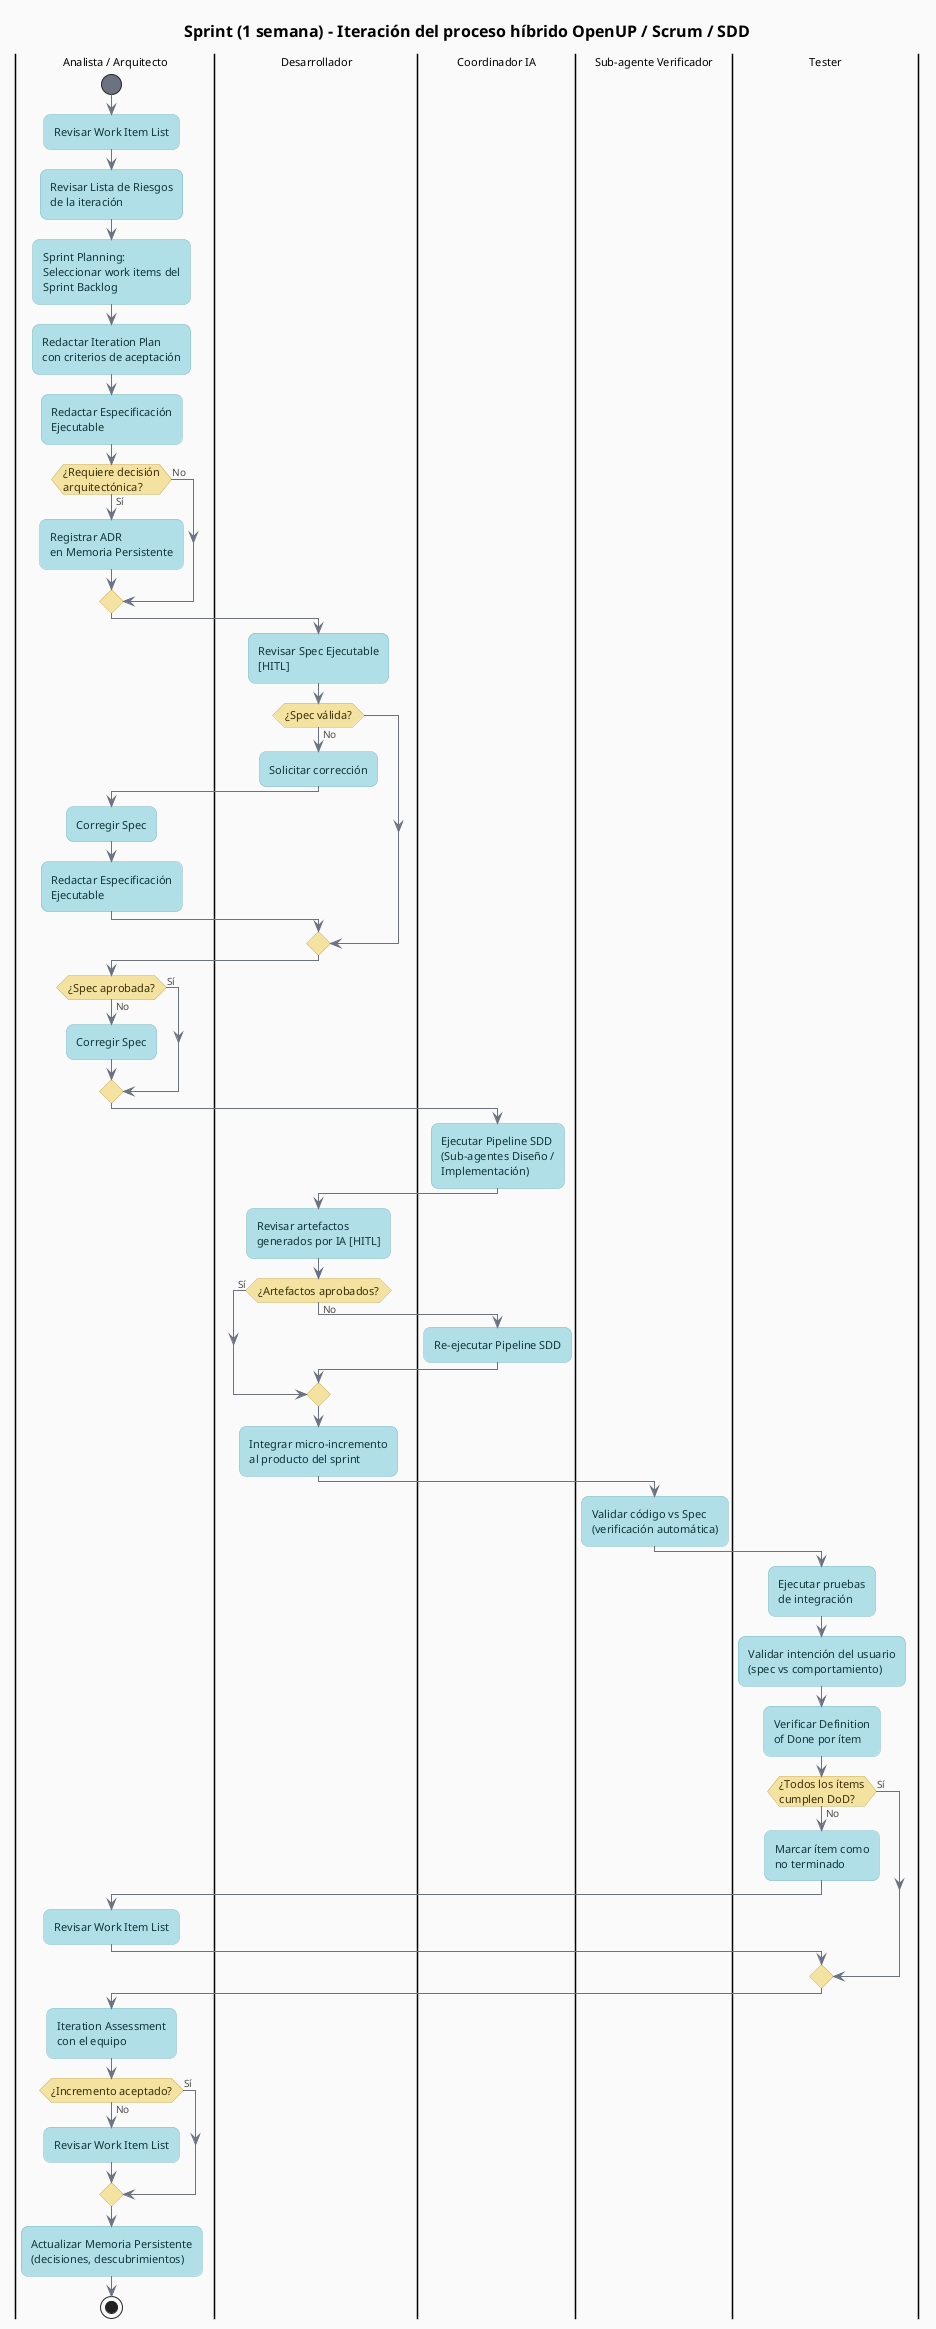
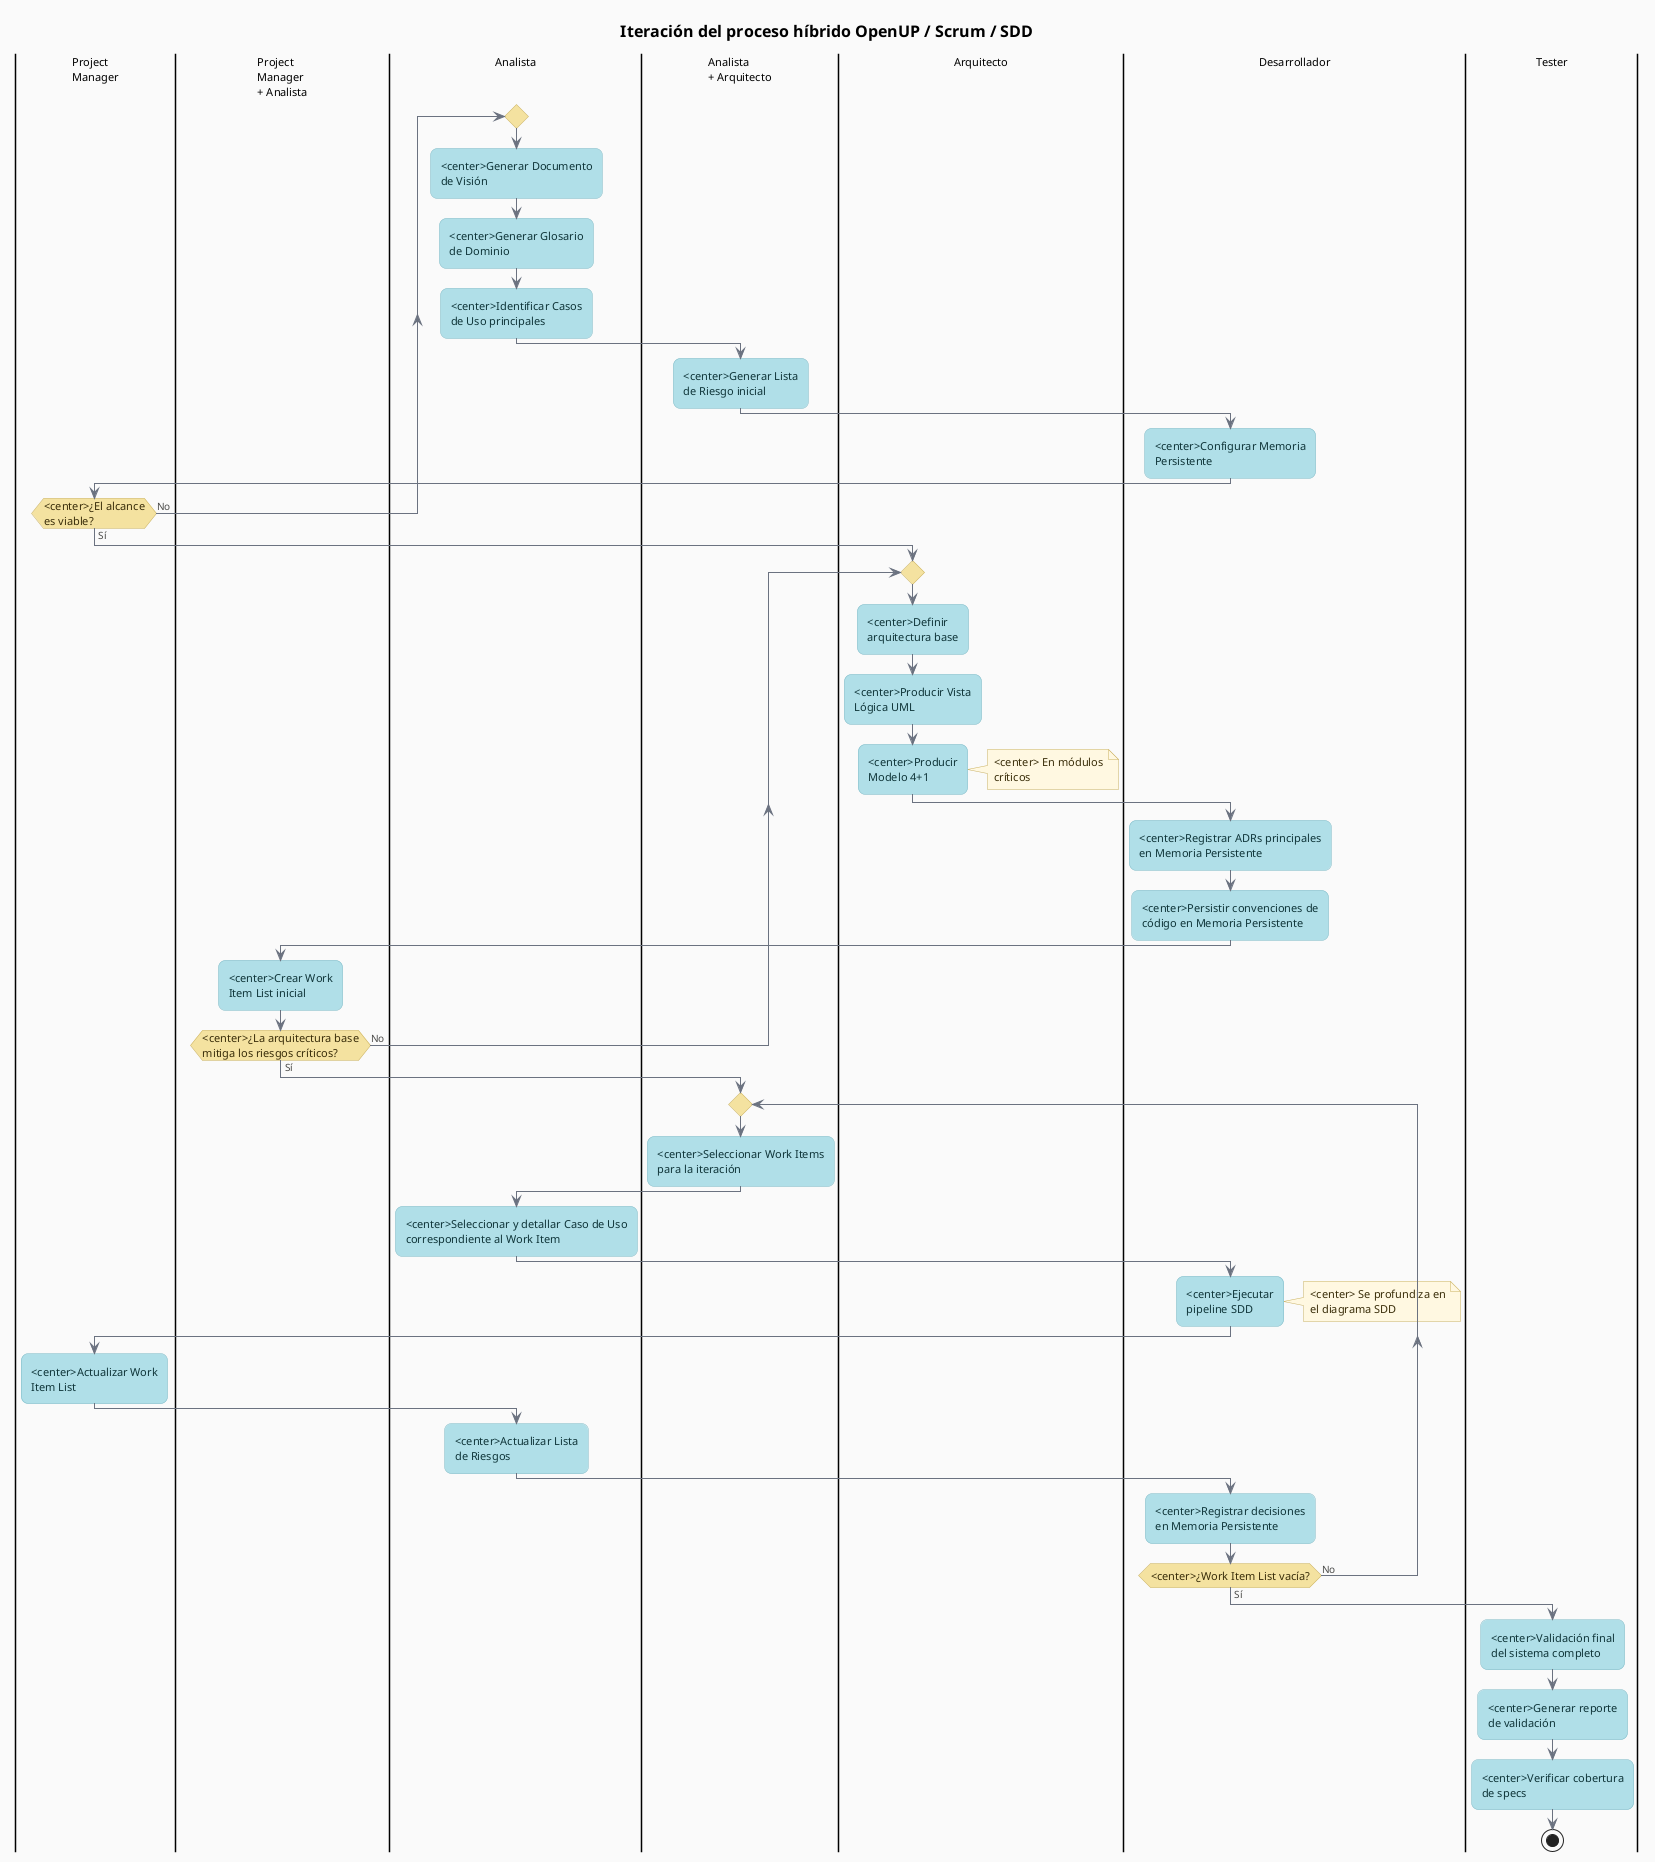
@startuml
- title Sprint (1 semana) - Iteración del proceso híbrido OpenUP / Scrum / SDD
+ title  Iteración del proceso híbrido OpenUP / Scrum / SDD

' === Modern soft theme ===
skinparam backgroundColor #FAFAFA
skinparam defaultFontName Helvetica
skinparam defaultFontSize 11
skinparam titleFontSize 16
skinparam titleFontStyle bold
skinparam shadowing false
skinparam roundCorner 14
skinparam linetype polyline

skinparam activity {
    BackgroundColor       #B0DFE8
    BorderColor           #7DB9C5
    FontColor             #0F3539
    FontName              Helvetica
    FontSize              11
    DiamondBackgroundColor #F4E2A0
    DiamondBorderColor    #C9B05E
    DiamondFontColor      #3A2E0A
    StartColor            #6B7280
    EndColor              #6B7280
    BarColor              #6B7280
}

skinparam partition {
    BackgroundColor #FFFFFF
    BorderColor     #C9C9BE
    FontColor       #4A4A48
    FontStyle       bold
    FontSize        12
}

skinparam arrow {
    Color     #6B7280
    FontColor #4A4A48
    FontSize  10
    Thickness 1
}

skinparam note {
    BackgroundColor #FFF8E1
    BorderColor     #C9B05E
    FontColor       #3A2E0A
}

- |Analista / Arquitecto|
- start
- :Revisar Work Item List;
- :Revisar Lista de Riesgos\nde la iteración;
- :Sprint Planning:\nSeleccionar work items del\nSprint Backlog;
- :Redactar Iteration Plan\ncon criterios de aceptación;
- :Redactar Especificación\nEjecutable;
- if (¿Requiere decisión\narquitectónica?) then (Sí)
-     :Registrar ADR\nen Memoria Persistente;
- else (No)
- endif
+ !define ProMan Project\nManager
+ !define ProManAna Project\nManager\n+ Analista
+ !define Ana Analista
+ !define AnaArq Analista\n+ Arquitecto
+ !define Arq Arquitecto
+ !define Dev Desarrollador
+ !define Tes Tester

- |Desarrollador|
- :Revisar Spec Ejecutable\n[HITL];
- if (¿Spec válida?) then (No)
-     :Solicitar corrección;
-     |Analista / Arquitecto|
-     :Corregir Spec;
-     :Redactar Especificación\nEjecutable;
-     |Desarrollador|
- endif
+ ' SWIMLANES
+ |ProMan|
+ |ProManAna|
+ |Ana|
+ |AnaArq|
+ |Arq|
+ |Dev|
+ |Tes|

- |Analista / Arquitecto|
- if (¿Spec aprobada?) then (No)
-     :Corregir Spec;
- else (Sí)
- endif
+ ' FASE CONCEPTION
+ |Ana|
+ repeat
+ :<center>Generar Documento\nde Visión;
+ :<center>Generar Glosario\nde Dominio;
+ :<center>Identificar Casos\nde Uso principales;
+ |AnaArq|
+ :<center>Generar Lista\nde Riesgo inicial;
+ |Dev|
+ :<center>Configurar Memoria\nPersistente;
+ |ProMan|
+ repeat while (<center>¿El alcance\nes viable?) is (No) not (Sí)

- |Coordinador IA|
- :Ejecutar Pipeline SDD\n(Sub-agentes Diseño /\nImplementación);
+ ' FASE ELABORATION
+ |Arq|
+ repeat
+ :<center>Definir\narquitectura base;
+ :<center>Producir Vista\nLógica UML;
+ :<center>Producir\nModelo 4+1;
+ note right:<center> En módulos\ncríticos
+ |Dev|
+ :<center>Registrar ADRs principales\nen Memoria Persistente;
+ :<center>Persistir convenciones de\ncódigo en Memoria Persistente;
+ |ProManAna|
+ :<center>Crear Work\nItem List inicial;
+ repeat while (<center>¿La arquitectura base\nmitiga los riesgos críticos?) is (No) not (Sí)

- |Desarrollador|
- :Revisar artefactos\ngenerados por IA [HITL];
- if (¿Artefactos aprobados?) then (No)
-     |Coordinador IA|
-     :Re-ejecutar Pipeline SDD;
-     |Desarrollador|
- else (Sí)
- endif
- :Integrar micro-incremento\nal producto del sprint;
+ ' FASE CONSTRUCTION
+ |AnaArq|
+ repeat
+ :<center>Seleccionar Work Items\npara la iteración;
+ |Ana|
+ :<center>Seleccionar y detallar Caso de Uso\ncorrespondiente al Work Item;
+ |Dev|
+ :<center>Ejecutar\npipeline SDD;
+ note right:<center> Se profundiza en\nel diagrama SDD
+ |ProMan|
+ :<center>Actualizar Work\nItem List;
+ |Ana|
+ :<center>Actualizar Lista\nde Riesgos;
+ |Dev|
+ :<center>Registrar decisiones\nen Memoria Persistente;
+ repeat while (<center>¿Work Item List vacía?) is (No) not (Sí)

- |Sub-agente Verificador|
- :Validar código vs Spec\n(verificación automática);
- 
- |Tester|
- :Ejecutar pruebas\nde integración;
- :Validar intención del usuario\n(spec vs comportamiento);
- :Verificar Definition\nof Done por ítem;
- if (¿Todos los ítems\ncumplen DoD?) then (No)
-     :Marcar ítem como\nno terminado;
-     |Analista / Arquitecto|
-     :Revisar Work Item List;
-     |Tester|
- else (Sí)
- endif
- 
- |Analista / Arquitecto|
- :Iteration Assessment\ncon el equipo;
- if (¿Incremento aceptado?) then (No)
-     :Revisar Work Item List;
- else (Sí)
- endif
- :Actualizar Memoria Persistente\n(decisiones, descubrimientos);
+ ' FASE TRANSITION
+ |Tes|
+ :<center>Validación final\ndel sistema completo;
+ :<center>Generar reporte\nde validación;
+ :<center>Verificar cobertura\nde specs;
stop
@enduml
